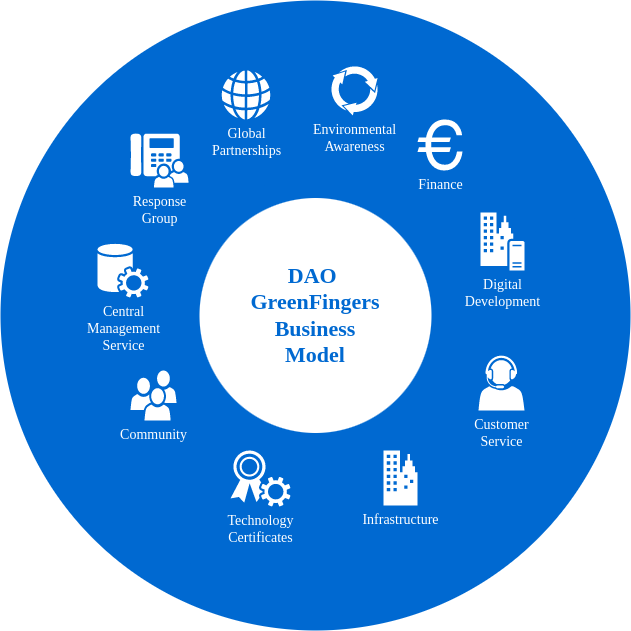
Before: Greenf.drawio.png, a diagram exported from draw.io (Mamu9/AI_Projects). Source tidied: cells renumbered, new cells last; positions are measured from the earlier drawing's top-left corner, leaving out a move shared by most shapes.
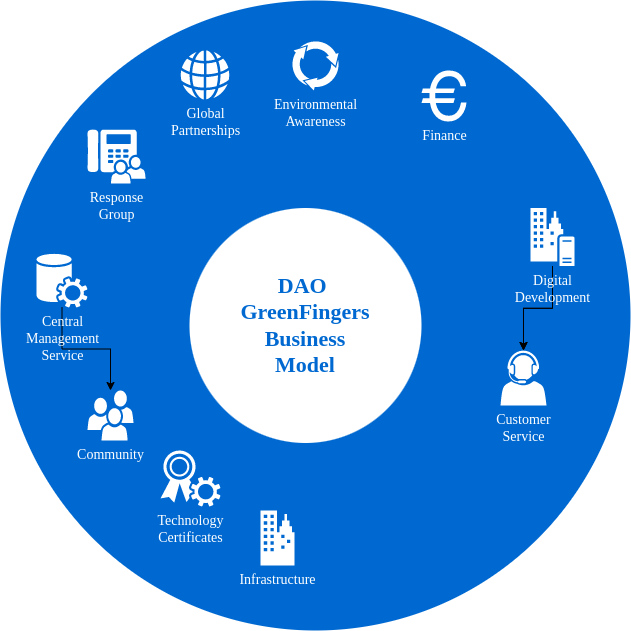
The same file after the commit.

Diff of the diagram source:
```diff
@@ -3,40 +3,49 @@
     <mxCell id="0" />
     <mxCell id="1" parent="0" />
     <mxCell id="2" style="ellipse;whiteSpace=wrap;html=1;rounded=0;shadow=0;comic=0;strokeWidth=1;fontFamily=Verdana;fontSize=14;strokeColor=none;fillColor=#0069D1;" parent="1" vertex="1">
-      <mxGeometry width="630" height="630" as="geometry" />
+      <mxGeometry x="10" y="-10" width="630" height="630" as="geometry" />
     </mxCell>
     <mxCell id="3" value="DAO &lt;br&gt;GreenFingers&lt;br&gt;&lt;span&gt;Business&lt;/span&gt;&lt;br&gt;&lt;div&gt;Model&lt;/div&gt;" style="ellipse;whiteSpace=wrap;html=1;rounded=0;shadow=0;comic=0;strokeWidth=1;fontFamily=Verdana;fontSize=22;strokeColor=none;fillColor=#ffffff;fontColor=#0069D1;fontStyle=1;" parent="1" vertex="1">
       <mxGeometry x="199" y="197.5" width="232" height="235" as="geometry" />
     </mxCell>
     <mxCell id="4" value="Community" style="shadow=0;dashed=0;html=1;strokeColor=none;fillColor=#ffffff;labelPosition=center;verticalLabelPosition=bottom;verticalAlign=top;shape=mxgraph.office.users.users;rounded=0;comic=0;fontFamily=Verdana;fontSize=14;fontColor=#FFFFFF;" parent="1" vertex="1">
-      <mxGeometry x="130" y="370" width="46" height="50" as="geometry" />
+      <mxGeometry x="97" y="380" width="46" height="50" as="geometry" />
     </mxCell>
     <mxCell id="5" value="Customer&lt;div&gt;Service&lt;/div&gt;" style="shadow=0;dashed=0;html=1;strokeColor=none;fillColor=#ffffff;labelPosition=center;verticalLabelPosition=bottom;verticalAlign=top;shape=mxgraph.office.users.call_center_agent;rounded=0;comic=0;fontFamily=Verdana;fontSize=14;fontColor=#FFFFFF;" parent="1" vertex="1">
-      <mxGeometry x="478" y="355" width="46" height="55" as="geometry" />
+      <mxGeometry x="510" y="340" width="46" height="55" as="geometry" />
     </mxCell>
     <mxCell id="6" value="Response&lt;div&gt;Group&lt;/div&gt;" style="shadow=0;dashed=0;html=1;strokeColor=none;fillColor=#ffffff;labelPosition=center;verticalLabelPosition=bottom;verticalAlign=top;shape=mxgraph.office.users.response_group;rounded=0;comic=0;fontFamily=Verdana;fontSize=14;fontColor=#FFFFFF;" parent="1" vertex="1">
-      <mxGeometry x="130" y="133" width="58" height="54" as="geometry" />
+      <mxGeometry x="97" y="119" width="58" height="54" as="geometry" />
     </mxCell>
+    <mxCell id="14" style="edgeStyle=orthogonalEdgeStyle;rounded=0;jettySize=auto;html=1;" parent="1" edge="1" source="7" target="4">
+      <mxGeometry relative="1" as="geometry" />
+    </mxCell>
     <mxCell id="7" value="Central&lt;div&gt;Management&lt;/div&gt;&lt;div&gt;Service&lt;/div&gt;" style="shadow=0;dashed=0;html=1;strokeColor=none;fillColor=#ffffff;labelPosition=center;verticalLabelPosition=bottom;verticalAlign=top;shape=mxgraph.office.services.central_management_service;rounded=0;comic=0;fontFamily=Verdana;fontSize=14;fontColor=#FFFFFF;" parent="1" vertex="1">
-      <mxGeometry x="97" y="243" width="51" height="54" as="geometry" />
+      <mxGeometry x="46" y="243" width="51" height="54" as="geometry" />
     </mxCell>
+    <mxCell id="15" style="edgeStyle=orthogonalEdgeStyle;rounded=0;jettySize=auto;html=1;" parent="1" edge="1" source="8" target="5">
+      <mxGeometry relative="1" as="geometry" />
+    </mxCell>
+    <mxCell id="16" style="edgeStyle=orthogonalEdgeStyle;rounded=0;jettySize=auto;html=1;" parent="1" edge="1" source="8" target="5">
+      <mxGeometry relative="1" as="geometry" />
+    </mxCell>
     <mxCell id="8" value="Digital&lt;div&gt;Development&lt;/div&gt;" style="shadow=0;dashed=0;html=1;strokeColor=none;fillColor=#ffffff;labelPosition=center;verticalLabelPosition=bottom;verticalAlign=top;shape=mxgraph.office.servers.on_premises_server;rounded=0;comic=0;fontFamily=Verdana;fontSize=14;fontColor=#FFFFFF;" parent="1" vertex="1">
-      <mxGeometry x="480" y="212" width="44" height="58" as="geometry" />
+      <mxGeometry x="540" y="197.5" width="44" height="58" as="geometry" />
     </mxCell>
     <mxCell id="9" value="Technology&lt;div&gt;Certificates&lt;/div&gt;" style="shadow=0;dashed=0;html=1;strokeColor=none;fillColor=#ffffff;labelPosition=center;verticalLabelPosition=bottom;verticalAlign=top;shape=mxgraph.office.security.token_service;rounded=0;comic=0;fontFamily=Verdana;fontSize=14;fontColor=#FFFFFF;" parent="1" vertex="1">
-      <mxGeometry x="230" y="450" width="60" height="56" as="geometry" />
+      <mxGeometry x="170" y="440" width="60" height="56" as="geometry" />
     </mxCell>
     <mxCell id="10" value="Infrastructure" style="shadow=0;dashed=0;html=1;strokeColor=none;fillColor=#ffffff;labelPosition=center;verticalLabelPosition=bottom;verticalAlign=top;shape=mxgraph.office.concepts.on_premises;rounded=0;comic=0;fontFamily=Verdana;fontSize=14;fontColor=#FFFFFF;" parent="1" vertex="1">
-      <mxGeometry x="383" y="450" width="34" height="55" as="geometry" />
+      <mxGeometry x="270" y="500" width="34" height="55" as="geometry" />
     </mxCell>
     <mxCell id="11" value="Global&lt;div&gt;Partnerships&lt;/div&gt;" style="shadow=0;dashed=0;html=1;strokeColor=none;fillColor=#ffffff;labelPosition=center;verticalLabelPosition=bottom;verticalAlign=top;shape=mxgraph.office.concepts.globe_internet;rounded=0;comic=0;fontFamily=Verdana;fontSize=14;fontColor=#FFFFFF;" parent="1" vertex="1">
-      <mxGeometry x="221" y="70" width="49" height="49" as="geometry" />
+      <mxGeometry x="190" y="40" width="49" height="49" as="geometry" />
     </mxCell>
     <mxCell id="12" value="Environmental&lt;div&gt;Awareness&lt;/div&gt;" style="shadow=0;dashed=0;html=1;strokeColor=none;shape=mxgraph.mscae.general.continuous_cycle;fillColor=#ffffff;rounded=0;comic=0;fontFamily=Verdana;fontSize=14;fontColor=#FFFFFF;verticalAlign=top;labelPosition=center;verticalLabelPosition=bottom;align=center;" parent="1" vertex="1">
-      <mxGeometry x="330" y="65" width="48" height="50" as="geometry" />
+      <mxGeometry x="301" y="30" width="48" height="50" as="geometry" />
     </mxCell>
     <mxCell id="13" value="Finance" style="shape=mxgraph.signs.travel.euro;html=1;fillColor=#ffffff;strokeColor=none;verticalLabelPosition=bottom;verticalAlign=top;align=center;rounded=0;shadow=0;dashed=0;comic=0;fontFamily=Verdana;fontSize=14;fontColor=#FFFFFF;" parent="1" vertex="1">
-      <mxGeometry x="417" y="119" width="45" height="51" as="geometry" />
+      <mxGeometry x="431" y="60" width="45" height="51" as="geometry" />
     </mxCell>
   </root>
 </mxGraphModel>
```
